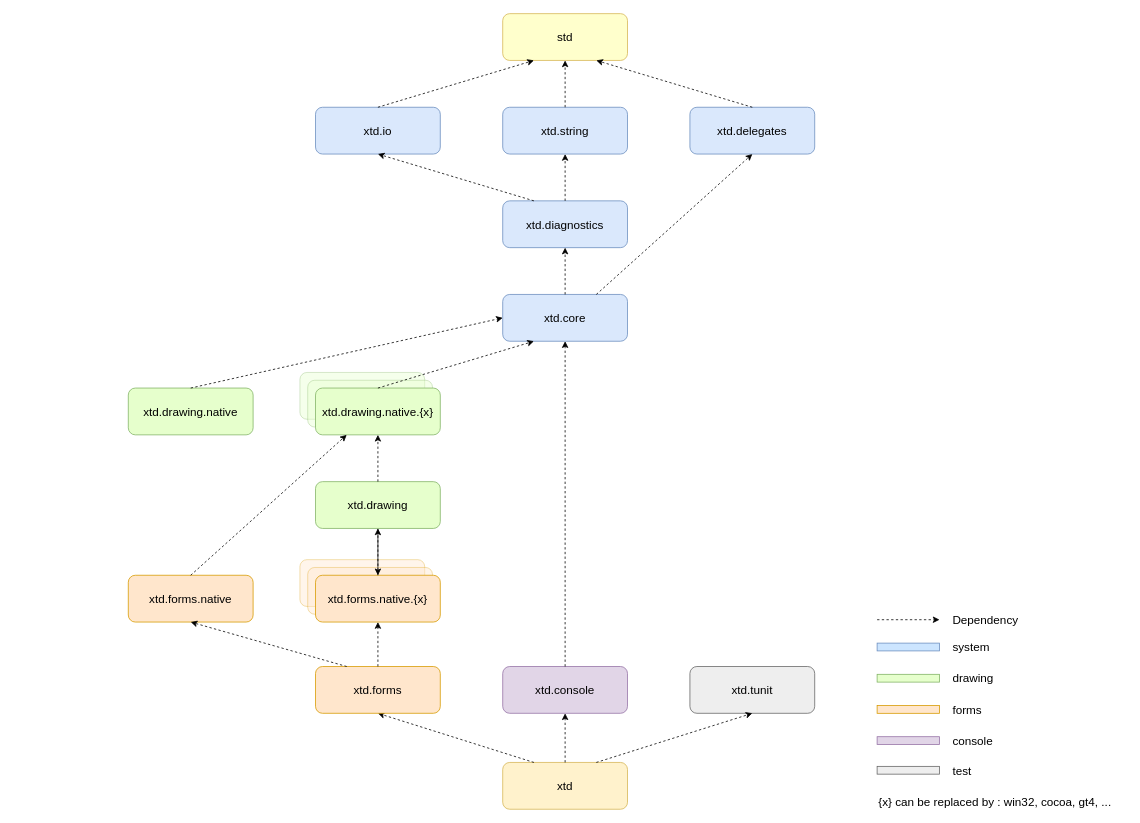
The draw.io diagram docs/pictures/diagrams/hierarchy.drawio in gammasoft71/xtd, before the edit. Source tidied: cells renumbered, new cells numbered last; positions are measured from the earlier drawing's top-left corner, leaving out a move shared by most shapes. Both pictures are drawn from the tidied source at 78%, with x=0, y=0 at pixel (128, 13).
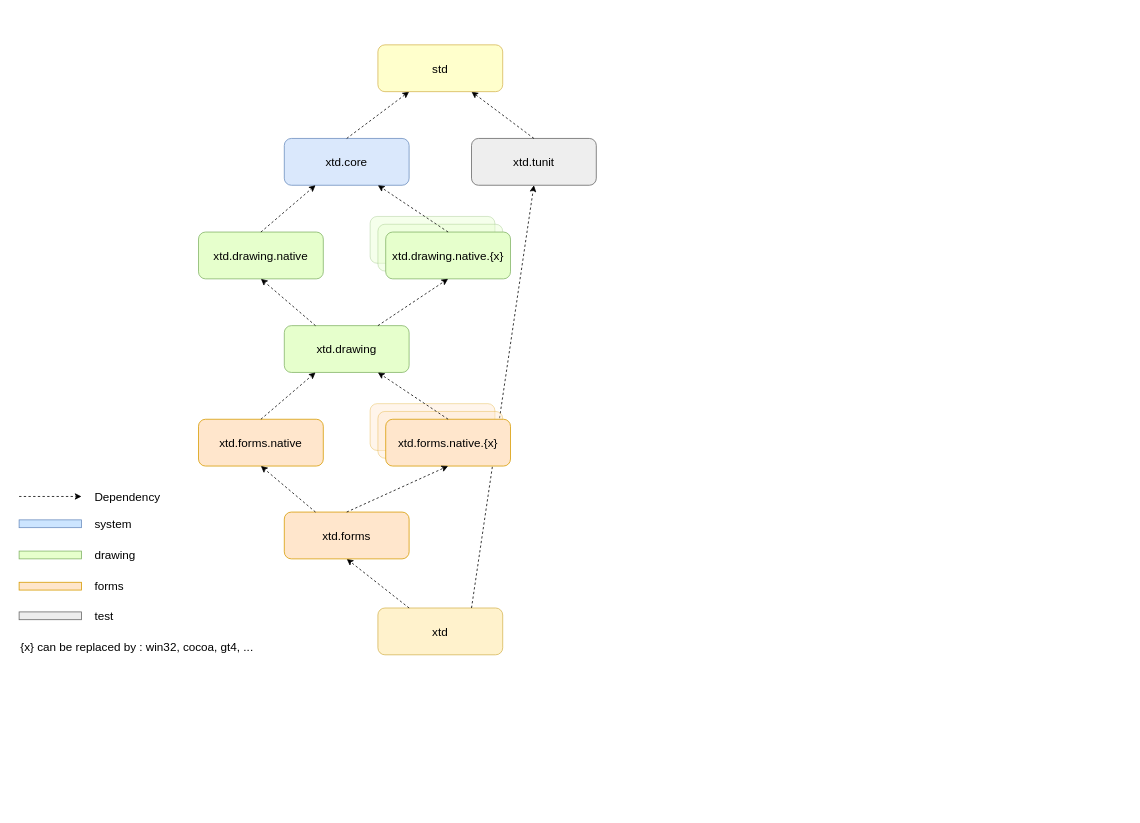
The same diagram, later.

The edit, as a diff of the source:
```diff
@@
-    <mxCell id="2" value="xtd.string" style="rounded=1;whiteSpace=wrap;html=1;fillColor=#dae8fc;strokeColor=#6c8ebf;fontSize=15;" parent="1" vertex="1">
-      <mxGeometry x="480" y="120" width="160" height="60" as="geometry" />
-    </mxCell>
     <mxCell id="3" value="xtd.core" style="rounded=1;whiteSpace=wrap;html=1;fillColor=#dae8fc;strokeColor=#6c8ebf;fontSize=15;" parent="1" vertex="1">
-      <mxGeometry x="480" y="360" width="160" height="60" as="geometry" />
+      <mxGeometry x="200" y="160" width="160" height="60" as="geometry" />
     </mxCell>
-    <mxCell id="4" value="xtd.io" style="rounded=1;whiteSpace=wrap;html=1;fillColor=#dae8fc;strokeColor=#6c8ebf;fontSize=15;" parent="1" vertex="1">
-      <mxGeometry x="240" y="120" width="160" height="60" as="geometry" />
-    </mxCell>
-    <mxCell id="5" value="xtd.delegates" style="rounded=1;whiteSpace=wrap;html=1;fillColor=#dae8fc;strokeColor=#6c8ebf;fontSize=15;" parent="1" vertex="1">
-      <mxGeometry x="720" y="120" width="160" height="60" as="geometry" />
-    </mxCell>
-    <mxCell id="6" value="xtd.diagnostics" style="rounded=1;whiteSpace=wrap;html=1;fillColor=#dae8fc;strokeColor=#6c8ebf;fontSize=15;" parent="1" vertex="1">
-      <mxGeometry x="480" y="240" width="160" height="60" as="geometry" />
-    </mxCell>
     <mxCell id="7" style="rounded=1;whiteSpace=wrap;html=1;fillColor=#FFE6CC;strokeColor=#d79b00;fontSize=15;opacity=40;" parent="1" vertex="1">
-      <mxGeometry x="220" y="700" width="160" height="60" as="geometry" />
+      <mxGeometry x="310" y="500" width="160" height="60" as="geometry" />
     </mxCell>
-    <mxCell id="8" style="endArrow=classic;dashed=1;html=1;entryX=0.5;entryY=1;exitX=0.5;exitY=0;startArrow=none;startFill=0;endFill=1;fontSize=15;entryDx=0;entryDy=0;exitDx=0;exitDy=0;" parent="1" edge="1" source="3" target="6">
+    <mxCell id="8" style="endArrow=classic;dashed=1;html=1;entryX=0.25;entryY=1;exitX=0.5;exitY=0;startArrow=none;startFill=0;endFill=1;fontSize=15;entryDx=0;entryDy=0;exitDx=0;exitDy=0;" parent="1" edge="1" source="3" target="30">
       <mxGeometry relative="1" as="geometry" />
     </mxCell>
-    <mxCell id="9" style="endArrow=classic;dashed=1;html=1;endFill=1;fontSize=15;entryX=0.5;entryY=1;entryDx=0;entryDy=0;exitX=0.25;exitY=0;exitDx=0;exitDy=0;" parent="1" edge="1" source="6" target="4">
-      <mxGeometry relative="1" as="geometry" />
-    </mxCell>
-    <mxCell id="10" style="endArrow=classic;dashed=1;html=1;entryX=0.5;entryY=1;exitX=0.5;exitY=0;endFill=1;fontSize=15;exitDx=0;exitDy=0;" parent="1" edge="1" source="6" target="2">
-      <mxGeometry relative="1" as="geometry" />
-    </mxCell>
-    <mxCell id="11" style="endArrow=classic;dashed=1;html=1;exitX=0.75;exitY=0;endFill=1;fontSize=15;exitDx=0;exitDy=0;entryX=0.5;entryY=1;entryDx=0;entryDy=0;" parent="1" edge="1" source="3" target="5">
-      <mxGeometry relative="1" as="geometry" />
-    </mxCell>
     <mxCell id="12" style="endArrow=classic;dashed=1;html=1;endFill=1;fontSize=15;" parent="1" edge="1">
       <mxGeometry relative="1" as="geometry">
-        <mxPoint x="960" y="777" as="sourcePoint" />
-        <mxPoint x="1040" y="777" as="targetPoint" />
+        <mxPoint x="-140" y="619" as="sourcePoint" />
+        <mxPoint x="-60" y="619" as="targetPoint" />
       </mxGeometry>
     </mxCell>
     <mxCell id="13" value="Dependency" style="text;html=1;strokeColor=none;fillColor=none;align=left;verticalAlign=middle;whiteSpace=wrap;fontSize=15;" parent="1" vertex="1">
-      <mxGeometry x="1055" y="767" width="120" height="20" as="geometry" />
+      <mxGeometry x="-45" y="609" width="120" height="20" as="geometry" />
     </mxCell>
     <mxCell id="14" style="rounded=0;whiteSpace=wrap;html=1;fillColor=#CCE5FF;strokeColor=#6c8ebf;fontSize=15;" parent="1" vertex="1">
-      <mxGeometry x="960" y="807" width="80" height="10" as="geometry" />
+      <mxGeometry x="-140" y="649" width="80" height="10" as="geometry" />
     </mxCell>
     <mxCell id="15" value="system" style="text;html=1;strokeColor=none;fillColor=none;align=left;verticalAlign=middle;whiteSpace=wrap;fontSize=15;" parent="1" vertex="1">
-      <mxGeometry x="1055" y="802" width="120" height="20" as="geometry" />
+      <mxGeometry x="-45" y="644" width="120" height="20" as="geometry" />
     </mxCell>
     <mxCell id="16" style="rounded=0;whiteSpace=wrap;html=1;fillColor=#E6FFCC;strokeColor=#82b366;fontSize=15;" parent="1" vertex="1">
-      <mxGeometry x="960" y="847" width="80" height="10" as="geometry" />
+      <mxGeometry x="-140" y="689" width="80" height="10" as="geometry" />
     </mxCell>
     <mxCell id="17" value="drawing" style="text;html=1;strokeColor=none;fillColor=none;align=left;verticalAlign=middle;whiteSpace=wrap;fontSize=15;" parent="1" vertex="1">
-      <mxGeometry x="1055" y="842" width="120" height="20" as="geometry" />
+      <mxGeometry x="-45" y="684" width="120" height="20" as="geometry" />
     </mxCell>
     <mxCell id="18" style="rounded=0;whiteSpace=wrap;html=1;fillColor=#FFE6CC;strokeColor=#d79b00;fontSize=15;" parent="1" vertex="1">
-      <mxGeometry x="960" y="887" width="80" height="10" as="geometry" />
+      <mxGeometry x="-140" y="729" width="80" height="10" as="geometry" />
     </mxCell>
     <mxCell id="19" value="forms" style="text;html=1;strokeColor=none;fillColor=none;align=left;verticalAlign=middle;whiteSpace=wrap;fontSize=15;" parent="1" vertex="1">
-      <mxGeometry x="1055" y="882" width="120" height="20" as="geometry" />
+      <mxGeometry x="-45" y="724" width="120" height="20" as="geometry" />
     </mxCell>
-    <mxCell id="20" style="rounded=0;whiteSpace=wrap;html=1;fillColor=#e1d5e7;strokeColor=#9673a6;fontSize=15;" parent="1" vertex="1">
-      <mxGeometry x="960" y="927" width="80" height="10" as="geometry" />
-    </mxCell>
-    <mxCell id="21" value="console" style="text;html=1;strokeColor=none;fillColor=none;align=left;verticalAlign=middle;whiteSpace=wrap;fontSize=15;" parent="1" vertex="1">
-      <mxGeometry x="1055" y="922" width="120" height="20" as="geometry" />
-    </mxCell>
-    <mxCell id="22" value="&lt;span&gt;xtd.console&lt;/span&gt;" style="rounded=1;whiteSpace=wrap;html=1;fillColor=#e1d5e7;strokeColor=#9673a6;fontSize=15;" parent="1" vertex="1">
-      <mxGeometry x="480" y="837" width="160" height="60" as="geometry" />
-    </mxCell>
-    <mxCell id="23" style="endArrow=classic;dashed=1;html=1;entryX=0.5;entryY=1;exitX=0.5;exitY=0;endFill=1;fontSize=15;exitDx=0;exitDy=0;entryDx=0;entryDy=0;" parent="1" edge="1" source="22" target="3">
-      <mxGeometry relative="1" as="geometry" />
-    </mxCell>
     <mxCell id="24" value="xtd.tunit" style="rounded=1;whiteSpace=wrap;html=1;fillColor=#EEEEEE;strokeColor=#666666;fontSize=15;" parent="1" vertex="1">
-      <mxGeometry x="720" y="837" width="160" height="60" as="geometry" />
+      <mxGeometry x="440" y="160" width="160" height="60" as="geometry" />
     </mxCell>
     <mxCell id="25" style="rounded=1;whiteSpace=wrap;html=1;fontSize=15;fillColor=#E6FFCC;strokeColor=#82B366;opacity=40;" parent="1" vertex="1">
-      <mxGeometry x="220" y="460" width="160" height="60" as="geometry" />
+      <mxGeometry x="310" y="260" width="160" height="60" as="geometry" />
     </mxCell>
     <mxCell id="26" value="&lt;span&gt;xtd&lt;/span&gt;" style="rounded=1;whiteSpace=wrap;html=1;strokeColor=#d6b656;fontSize=15;fillColor=#fff2cc;" parent="1" vertex="1">
-      <mxGeometry x="480" y="960" width="160" height="60" as="geometry" />
+      <mxGeometry x="320" y="762" width="160" height="60" as="geometry" />
     </mxCell>
-    <mxCell id="27" style="endArrow=classic;dashed=1;html=1;entryX=0.5;entryY=1;exitX=0.5;exitY=0;endFill=1;fontSize=15;entryDx=0;entryDy=0;exitDx=0;exitDy=0;" parent="1" edge="1" source="26" target="22">
+    <mxCell id="27" style="endArrow=classic;dashed=1;html=1;exitX=0.5;exitY=0;endFill=1;fontSize=15;exitDx=0;exitDy=0;entryX=0.75;entryY=1;entryDx=0;entryDy=0;" parent="1" edge="1" source="24" target="30">
       <mxGeometry relative="1" as="geometry" />
     </mxCell>
@@
-    <mxCell id="29" style="endArrow=classic;dashed=1;html=1;entryX=0.5;entryY=1;exitX=0.75;exitY=0;endFill=1;fontSize=15;entryDx=0;entryDy=0;exitDx=0;exitDy=0;" parent="1" edge="1" source="26" target="24">
+    <mxCell id="29" style="endArrow=classic;dashed=1;html=1;entryX=0.5;entryY=1;endFill=1;fontSize=15;entryDx=0;entryDy=0;exitX=0.75;exitY=0;exitDx=0;exitDy=0;" parent="1" edge="1" source="26" target="24">
       <mxGeometry relative="1" as="geometry" />
     </mxCell>
     <mxCell id="30" value="&lt;span&gt;std&lt;/span&gt;" style="rounded=1;whiteSpace=wrap;html=1;strokeColor=#d6b656;fontSize=15;fillColor=#FFFFCC;" parent="1" vertex="1">
-      <mxGeometry x="480" width="160" height="60" as="geometry" />
+      <mxGeometry x="320" y="40" width="160" height="60" as="geometry" />
     </mxCell>
-    <mxCell id="31" style="endArrow=classic;dashed=1;html=1;entryX=0.5;entryY=1;endFill=1;fontSize=15;entryDx=0;entryDy=0;exitX=0.5;exitY=0;exitDx=0;exitDy=0;" parent="1" edge="1" source="2" target="30">
-      <mxGeometry relative="1" as="geometry" />
-    </mxCell>
-    <mxCell id="32" style="endArrow=classic;dashed=1;html=1;entryX=0.75;entryY=1;exitX=0.5;exitY=0;endFill=1;fontSize=15;exitDx=0;exitDy=0;entryDx=0;entryDy=0;" parent="1" edge="1" source="5" target="30">
-      <mxGeometry relative="1" as="geometry" />
-    </mxCell>
-    <mxCell id="33" style="endArrow=classic;dashed=1;html=1;entryX=0.25;entryY=1;exitX=0.5;exitY=0;endFill=1;fontSize=15;exitDx=0;exitDy=0;entryDx=0;entryDy=0;" parent="1" edge="1" source="4" target="30">
-      <mxGeometry relative="1" as="geometry" />
-    </mxCell>
     <mxCell id="34" style="rounded=0;whiteSpace=wrap;html=1;fillColor=#EEEEEE;strokeColor=#666666;fontSize=15;" parent="1" vertex="1">
-      <mxGeometry x="960" y="965" width="80" height="10" as="geometry" />
+      <mxGeometry x="-140" y="767" width="80" height="10" as="geometry" />
     </mxCell>
     <mxCell id="35" value="test" style="text;html=1;strokeColor=none;fillColor=none;align=left;verticalAlign=middle;whiteSpace=wrap;fontSize=15;" parent="1" vertex="1">
-      <mxGeometry x="1055" y="960" width="120" height="20" as="geometry" />
+      <mxGeometry x="-45" y="762" width="120" height="20" as="geometry" />
     </mxCell>
     <mxCell id="36" value="xtd.forms.native" style="rounded=1;whiteSpace=wrap;html=1;fillColor=#FFE6CC;strokeColor=#d79b00;fontSize=15;" parent="1" vertex="1">
-      <mxGeometry y="720" width="160" height="60" as="geometry" />
+      <mxGeometry x="90" y="520" width="160" height="60" as="geometry" />
     </mxCell>
     <mxCell id="37" value="xtd.forms" style="rounded=1;whiteSpace=wrap;html=1;fillColor=#FFE6CC;strokeColor=#d79b00;fontSize=15;" parent="1" vertex="1">
-      <mxGeometry x="240" y="837" width="160" height="60" as="geometry" />
+      <mxGeometry x="200" y="639" width="160" height="60" as="geometry" />
     </mxCell>
     <mxCell id="38" style="rounded=1;whiteSpace=wrap;html=1;fillColor=#FFE6CC;strokeColor=#d79b00;fontSize=15;opacity=40;" parent="1" vertex="1">
-      <mxGeometry x="230" y="710" width="160" height="60" as="geometry" />
+      <mxGeometry x="320" y="510" width="160" height="60" as="geometry" />
     </mxCell>
     <mxCell id="39" value="xtd.forms.native.{x}" style="rounded=1;whiteSpace=wrap;html=1;fillColor=#FFE6CC;strokeColor=#d79b00;fontSize=15;" parent="1" vertex="1">
-      <mxGeometry x="240" y="720" width="160" height="60" as="geometry" />
+      <mxGeometry x="330" y="520" width="160" height="60" as="geometry" />
     </mxCell>
@@
-    <mxCell id="42" style="edgeStyle=orthogonalEdgeStyle;rounded=0;jettySize=auto;html=1;" parent="1" edge="1" source="43" target="39">
-      <mxGeometry relative="1" as="geometry" />
-    </mxCell>
     <mxCell id="43" value="xtd.drawing" style="rounded=1;whiteSpace=wrap;html=1;fontSize=15;fillColor=#E6FFCC;strokeColor=#82B366;" parent="1" vertex="1">
-      <mxGeometry x="240" y="600" width="160" height="60" as="geometry" />
+      <mxGeometry x="200" y="400" width="160" height="60" as="geometry" />
     </mxCell>
     <mxCell id="44" value="xtd.drawing.native" style="rounded=1;whiteSpace=wrap;html=1;fontSize=15;fillColor=#E6FFCC;strokeColor=#82B366;" parent="1" vertex="1">
-      <mxGeometry y="480" width="160" height="60" as="geometry" />
+      <mxGeometry x="90" y="280" width="160" height="60" as="geometry" />
     </mxCell>
-    <mxCell id="45" style="endArrow=classic;dashed=1;html=1;entryX=0;entryY=0.5;exitX=0.5;exitY=0;endFill=1;fontSize=15;entryDx=0;entryDy=0;exitDx=0;exitDy=0;" parent="1" edge="1" source="44" target="3">
+    <mxCell id="45" style="endArrow=classic;dashed=1;html=1;entryX=0.25;entryY=1;exitX=0.5;exitY=0;endFill=1;fontSize=15;entryDx=0;entryDy=0;exitDx=0;exitDy=0;" parent="1" edge="1" source="44" target="3">
       <mxGeometry relative="1" as="geometry" />
     </mxCell>
     <mxCell id="46" style="rounded=1;whiteSpace=wrap;html=1;fontSize=15;fillColor=#E6FFCC;strokeColor=#82B366;opacity=40;" parent="1" vertex="1">
-      <mxGeometry x="230" y="470" width="160" height="60" as="geometry" />
+      <mxGeometry x="320" y="270" width="160" height="60" as="geometry" />
     </mxCell>
     <mxCell id="47" value="xtd.drawing.native.{x}" style="rounded=1;whiteSpace=wrap;html=1;fontSize=15;fillColor=#E6FFCC;strokeColor=#82B366;" parent="1" vertex="1">
-      <mxGeometry x="240" y="480" width="160" height="60" as="geometry" />
+      <mxGeometry x="330" y="280" width="160" height="60" as="geometry" />
     </mxCell>
-    <mxCell id="48" style="endArrow=classic;dashed=1;html=1;entryX=0.25;entryY=1;exitX=0.5;exitY=0;endFill=1;fontSize=15;entryDx=0;entryDy=0;exitDx=0;exitDy=0;" parent="1" edge="1" source="47" target="3">
+    <mxCell id="48" style="endArrow=classic;dashed=1;html=1;entryX=0.75;entryY=1;exitX=0.5;exitY=0;endFill=1;fontSize=15;entryDx=0;entryDy=0;exitDx=0;exitDy=0;" parent="1" edge="1" source="47" target="3">
       <mxGeometry relative="1" as="geometry" />
     </mxCell>
-    <mxCell id="49" style="endArrow=classic;dashed=1;html=1;entryX=0.25;entryY=1;exitX=0.5;exitY=0;endFill=1;fontSize=15;entryDx=0;entryDy=0;exitDx=0;exitDy=0;" parent="1" edge="1" source="36" target="47">
+    <mxCell id="49" style="endArrow=classic;dashed=1;html=1;exitX=0.5;exitY=0;endFill=1;fontSize=15;exitDx=0;exitDy=0;entryX=0.25;entryY=1;entryDx=0;entryDy=0;" parent="1" edge="1" source="36" target="43">
       <mxGeometry relative="1" as="geometry" />
     </mxCell>
-    <mxCell id="50" style="endArrow=classic;dashed=1;html=1;exitX=0.5;exitY=0;endFill=1;fontSize=15;exitDx=0;exitDy=0;" parent="1" edge="1" source="39">
-      <mxGeometry relative="1" as="geometry">
-        <mxPoint x="320" y="660" as="targetPoint" />
-      </mxGeometry>
+    <mxCell id="50" style="endArrow=classic;dashed=1;html=1;exitX=0.5;exitY=0;endFill=1;fontSize=15;exitDx=0;exitDy=0;entryX=0.75;entryY=1;entryDx=0;entryDy=0;" parent="1" edge="1" source="39" target="43">
+      <mxGeometry relative="1" as="geometry" />
     </mxCell>
-    <mxCell id="51" style="endArrow=classic;dashed=1;html=1;endFill=1;fontSize=15;entryX=0.5;entryY=1;entryDx=0;entryDy=0;exitX=0.5;exitY=0;exitDx=0;exitDy=0;" parent="1" edge="1" source="43" target="47">
+    <mxCell id="51" style="endArrow=classic;dashed=1;html=1;endFill=1;fontSize=15;entryX=0.5;entryY=1;entryDx=0;entryDy=0;exitX=0.75;exitY=0;exitDx=0;exitDy=0;" parent="1" edge="1" source="43" target="47">
       <mxGeometry relative="1" as="geometry" />
     </mxCell>
     <mxCell id="52" value="{x} can be replaced by : win32, cocoa, gt4, ..." style="text;html=1;strokeColor=none;fillColor=none;align=left;verticalAlign=middle;whiteSpace=wrap;fontSize=15;" parent="1" vertex="1">
-      <mxGeometry x="960" y="1000" width="320" height="20" as="geometry" />
+      <mxGeometry x="-140" y="802" width="320" height="20" as="geometry" />
     </mxCell>
+    <mxCell id="53" style="endArrow=classic;dashed=1;html=1;endFill=1;fontSize=15;entryX=0.5;entryY=1;entryDx=0;entryDy=0;exitX=0.25;exitY=0;exitDx=0;exitDy=0;" parent="1" edge="1" source="43" target="44">
+      <mxGeometry relative="1" as="geometry" />
+    </mxCell>
```
